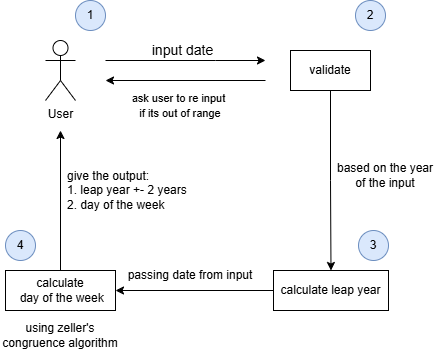
doni-wahyudi/TASK-REPOSITORY keeps this draw.io diagram as assets/flow process to-day calculator.png. Above is the earlier version. Source tidied: cells renumbered, new cells last; positions are measured from the earlier drawing's top-left corner, leaving out a move shared by most shapes. Source of this version:
```xml
<mxGraphModel>
  <root>
    <mxCell id="0" />
    <mxCell id="1" parent="0" />
    <mxCell id="2" value="&lt;font style=&quot;font-size: 14px;&quot;&gt;input date&lt;/font&gt;" style="edgeStyle=orthogonalEdgeStyle;rounded=0;orthogonalLoop=1;jettySize=auto;html=1;" parent="1" edge="1">
      <mxGeometry x="-0.04" y="10" relative="1" as="geometry">
        <mxPoint x="105" y="60" as="sourcePoint" />
        <mxPoint x="265" y="60" as="targetPoint" />
        <Array as="points">
          <mxPoint x="215" y="60" />
          <mxPoint x="215" y="60" />
        </Array>
      </mxGeometry>
    </mxCell>
    <mxCell id="3" value="User" style="shape=umlActor;verticalLabelPosition=bottom;verticalAlign=top;html=1;" parent="1" vertex="1">
      <mxGeometry x="45" y="40" width="30" height="60" as="geometry" />
    </mxCell>
    <mxCell id="4" style="edgeStyle=orthogonalEdgeStyle;rounded=0;orthogonalLoop=1;jettySize=auto;html=1;" parent="1" edge="1">
      <mxGeometry y="20" relative="1" as="geometry">
        <mxPoint x="265" y="80" as="sourcePoint" />
        <mxPoint x="105" y="80" as="targetPoint" />
      </mxGeometry>
    </mxCell>
    <mxCell id="5" style="edgeStyle=orthogonalEdgeStyle;rounded=0;jettySize=auto;html=1;entryX=0.5;entryY=0;entryDx=0;entryDy=0;" parent="1" edge="1" source="6" target="9">
      <mxGeometry relative="1" as="geometry" />
    </mxCell>
    <mxCell id="6" value="validate" style="rounded=0;whiteSpace=wrap;html=1;" parent="1" vertex="1">
      <mxGeometry x="290" y="50" width="80" height="40" as="geometry" />
    </mxCell>
    <mxCell id="7" value="&lt;br&gt;&lt;span style=&quot;color: rgb(0, 0, 0); font-family: Helvetica; font-size: 11px; font-style: normal; font-variant-ligatures: normal; font-variant-caps: normal; font-weight: 400; letter-spacing: normal; orphans: 2; text-align: center; text-indent: 0px; text-transform: none; widows: 2; word-spacing: 0px; -webkit-text-stroke-width: 0px; white-space: nowrap; background-color: rgb(255, 255, 255); text-decoration-thickness: initial; text-decoration-style: initial; text-decoration-color: initial; float: none; display: inline !important;&quot;&gt;ask user to re input&amp;nbsp;&lt;/span&gt;&lt;div&gt;&lt;span style=&quot;color: rgb(0, 0, 0); font-family: Helvetica; font-size: 11px; font-style: normal; font-variant-ligatures: normal; font-variant-caps: normal; font-weight: 400; letter-spacing: normal; orphans: 2; text-align: center; text-indent: 0px; text-transform: none; widows: 2; word-spacing: 0px; -webkit-text-stroke-width: 0px; white-space: nowrap; background-color: rgb(255, 255, 255); text-decoration-thickness: initial; text-decoration-style: initial; text-decoration-color: initial; float: none; display: inline !important;&quot;&gt;if its out of range&lt;/span&gt;&lt;br&gt;&lt;br&gt;&lt;/div&gt;" style="text;html=1;align=center;verticalAlign=middle;whiteSpace=wrap;rounded=0;" parent="1" vertex="1">
      <mxGeometry x="125" y="90" width="110" height="30" as="geometry" />
    </mxCell>
    <mxCell id="8" style="edgeStyle=orthogonalEdgeStyle;rounded=0;jettySize=auto;html=1;entryX=1;entryY=0.5;entryDx=0;entryDy=0;" parent="1" edge="1" source="9" target="12">
      <mxGeometry relative="1" as="geometry" />
    </mxCell>
    <mxCell id="9" value="calculate leap year" style="rounded=0;whiteSpace=wrap;html=1;" parent="1" vertex="1">
      <mxGeometry x="273" y="270" width="115" height="40" as="geometry" />
    </mxCell>
    <mxCell id="10" value="&lt;div&gt;based on the year of the input&lt;/div&gt;" style="text;html=1;align=center;verticalAlign=middle;whiteSpace=wrap;rounded=0;" parent="1" vertex="1">
      <mxGeometry x="330" y="160" width="110" height="30" as="geometry" />
    </mxCell>
    <mxCell id="11" style="edgeStyle=orthogonalEdgeStyle;rounded=0;jettySize=auto;html=1;" parent="1" edge="1" source="12">
      <mxGeometry relative="1" as="geometry">
        <mxPoint x="60" y="130" as="targetPoint" />
      </mxGeometry>
    </mxCell>
    <mxCell id="12" value="calculate&lt;div&gt;&amp;nbsp;day of the week&lt;/div&gt;" style="rounded=0;whiteSpace=wrap;html=1;" parent="1" vertex="1">
      <mxGeometry x="5" y="270" width="110" height="40" as="geometry" />
    </mxCell>
    <mxCell id="13" value="&lt;div&gt;using zeller's congruence algorithm&lt;/div&gt;" style="text;html=1;align=center;verticalAlign=middle;whiteSpace=wrap;rounded=0;" parent="1" vertex="1">
      <mxGeometry y="320" width="120" height="30" as="geometry" />
    </mxCell>
    <mxCell id="14" value="&lt;div&gt;passing date from input&lt;/div&gt;" style="text;html=1;align=center;verticalAlign=middle;whiteSpace=wrap;rounded=0;" parent="1" vertex="1">
      <mxGeometry x="125" y="260" width="130" height="30" as="geometry" />
    </mxCell>
    <mxCell id="15" value="&lt;div&gt;give the output:&lt;/div&gt;&lt;div&gt;1. leap year +- 2 years&lt;/div&gt;&lt;div&gt;2. day of the week&lt;/div&gt;" style="text;html=1;align=left;verticalAlign=middle;whiteSpace=wrap;rounded=0;" parent="1" vertex="1">
      <mxGeometry x="65" y="160" width="130" height="60" as="geometry" />
    </mxCell>
    <mxCell id="16" value="1" style="ellipse;whiteSpace=wrap;html=1;fillColor=#dae8fc;strokeColor=#6c8ebf;" parent="1" vertex="1">
      <mxGeometry x="75" width="30" height="30" as="geometry" />
    </mxCell>
    <mxCell id="17" value="2" style="ellipse;whiteSpace=wrap;html=1;fillColor=#dae8fc;strokeColor=#6c8ebf;" parent="1" vertex="1">
      <mxGeometry x="355" width="30" height="30" as="geometry" />
    </mxCell>
    <mxCell id="18" value="3" style="ellipse;whiteSpace=wrap;html=1;fillColor=#dae8fc;strokeColor=#6c8ebf;" parent="1" vertex="1">
      <mxGeometry x="358" y="230" width="30" height="30" as="geometry" />
    </mxCell>
    <mxCell id="19" value="4" style="ellipse;whiteSpace=wrap;html=1;fillColor=#dae8fc;strokeColor=#6c8ebf;" parent="1" vertex="1">
      <mxGeometry x="5" y="230" width="30" height="30" as="geometry" />
    </mxCell>
  </root>
</mxGraphModel>
```
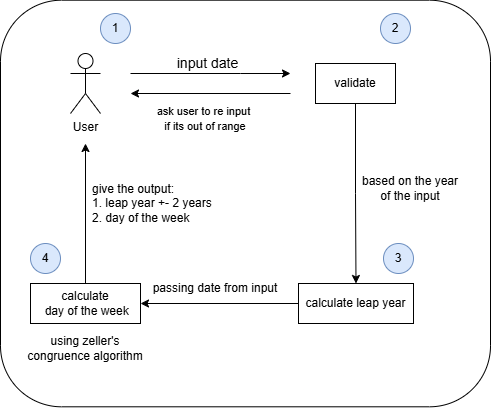
After the commit.

The edit, as a diff of the source:
```diff
@@ -2,6 +2,9 @@
   <root>
     <mxCell id="0" />
     <mxCell id="1" parent="0" />
+    <mxCell id="20" style="rounded=1;whiteSpace=wrap;html=1;" parent="1" vertex="1">
+      <mxGeometry x="-25" y="-13.3" width="490" height="406.6" as="geometry" />
+    </mxCell>
     <mxCell id="2" value="&lt;font style=&quot;font-size: 14px;&quot;&gt;input date&lt;/font&gt;" style="edgeStyle=orthogonalEdgeStyle;rounded=0;orthogonalLoop=1;jettySize=auto;html=1;" parent="1" edge="1">
       <mxGeometry x="-0.04" y="10" relative="1" as="geometry">
         <mxPoint x="105" y="60" as="sourcePoint" />
```
